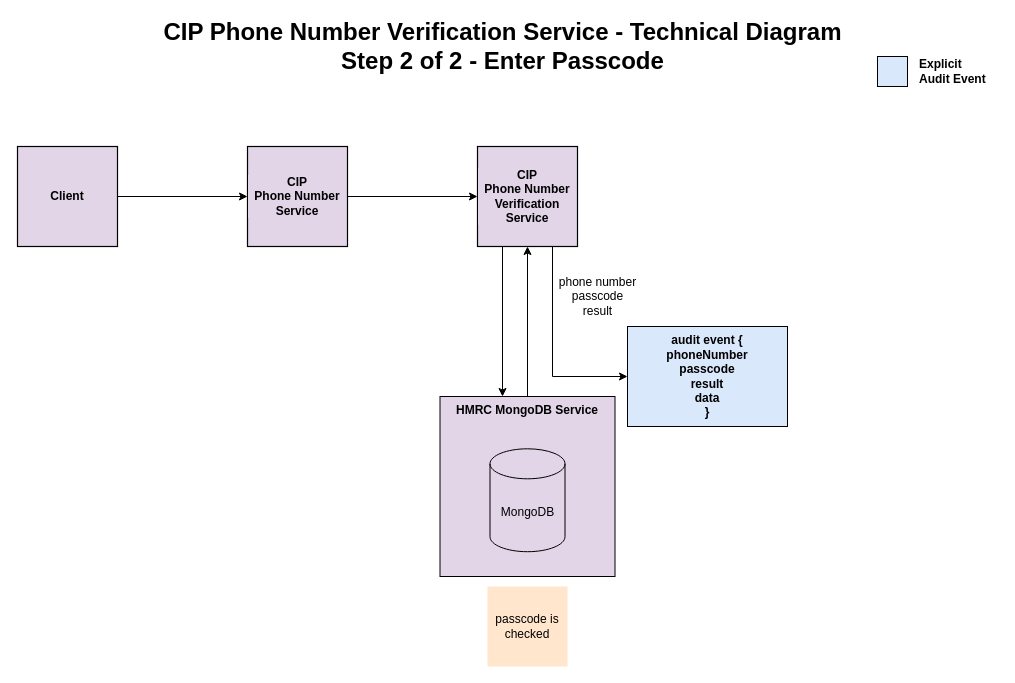
Earlier version of the draw.io diagram diagrams/phone_number_audit_verification_step_2.drawio (hmrc/phone-number). Source tidied: cells renumbered, new cells numbered last; positions are measured from the earlier drawing's top-left corner, leaving out a move shared by most shapes. Both pictures are drawn from the tidied source at 100%, with x=0, y=0 at pixel (17, 26).
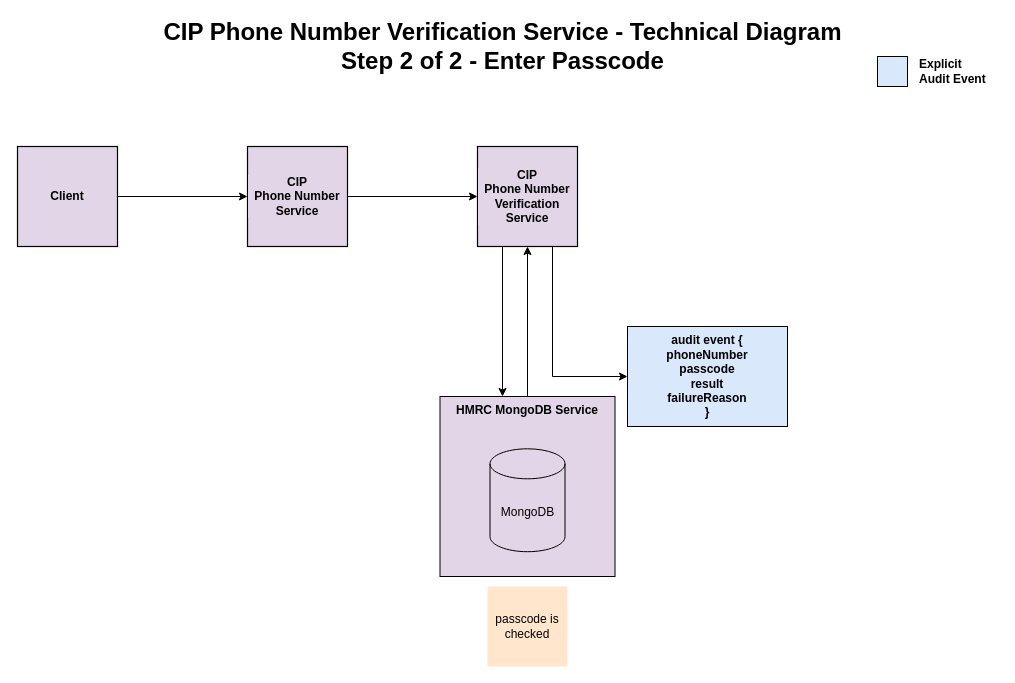
After the change.

Commit message (it also covers changes not shown here):
Updated audit diagrams

Change to the diagram source:
```diff
@@
-    <mxCell id="9" value="phone number&lt;br&gt;passcode&lt;br&gt;result" style="text;html=1;align=center;verticalAlign=middle;strokeColor=none;fillColor=none;" parent="1" vertex="1">
-      <mxGeometry x="535" y="245" width="90" height="50" as="geometry" />
-    </mxCell>
-    <mxCell id="10" value="&lt;span style=&quot;&quot;&gt;audit event {&lt;/span&gt;&lt;br style=&quot;&quot;&gt;&lt;span style=&quot;&quot;&gt;&#9;&lt;/span&gt;&lt;span style=&quot;&quot;&gt;phoneNumber&lt;/span&gt;&lt;br style=&quot;&quot;&gt;&lt;span style=&quot;&quot;&gt;passcode&lt;br&gt;&lt;/span&gt;result&lt;br style=&quot;&quot;&gt;&lt;span style=&quot;&quot;&gt;data&lt;/span&gt;&lt;br style=&quot;&quot;&gt;&lt;span style=&quot;&quot;&gt;}&lt;/span&gt;" style="rounded=0;whiteSpace=wrap;html=1;labelBackgroundColor=#DAE8FC;strokeColor=#000000;fillColor=#DAE8FC;fontStyle=1;" parent="1" vertex="1">
+    <mxCell id="10" value="&lt;span style=&quot;&quot;&gt;audit event {&lt;/span&gt;&lt;br style=&quot;&quot;&gt;&lt;span style=&quot;&quot;&gt;&#9;&lt;/span&gt;&lt;span style=&quot;&quot;&gt;phoneNumber&lt;/span&gt;&lt;br style=&quot;&quot;&gt;&lt;span style=&quot;&quot;&gt;passcode&lt;br&gt;&lt;/span&gt;result&lt;br style=&quot;&quot;&gt;&lt;span style=&quot;&quot;&gt;failureReason&lt;/span&gt;&lt;br style=&quot;&quot;&gt;&lt;span style=&quot;&quot;&gt;}&lt;/span&gt;" style="rounded=0;whiteSpace=wrap;html=1;labelBackgroundColor=#DAE8FC;strokeColor=#000000;fillColor=#DAE8FC;fontStyle=1;" parent="1" vertex="1">
       <mxGeometry x="610" y="300" width="160" height="100" as="geometry" />
     </mxCell>
```
